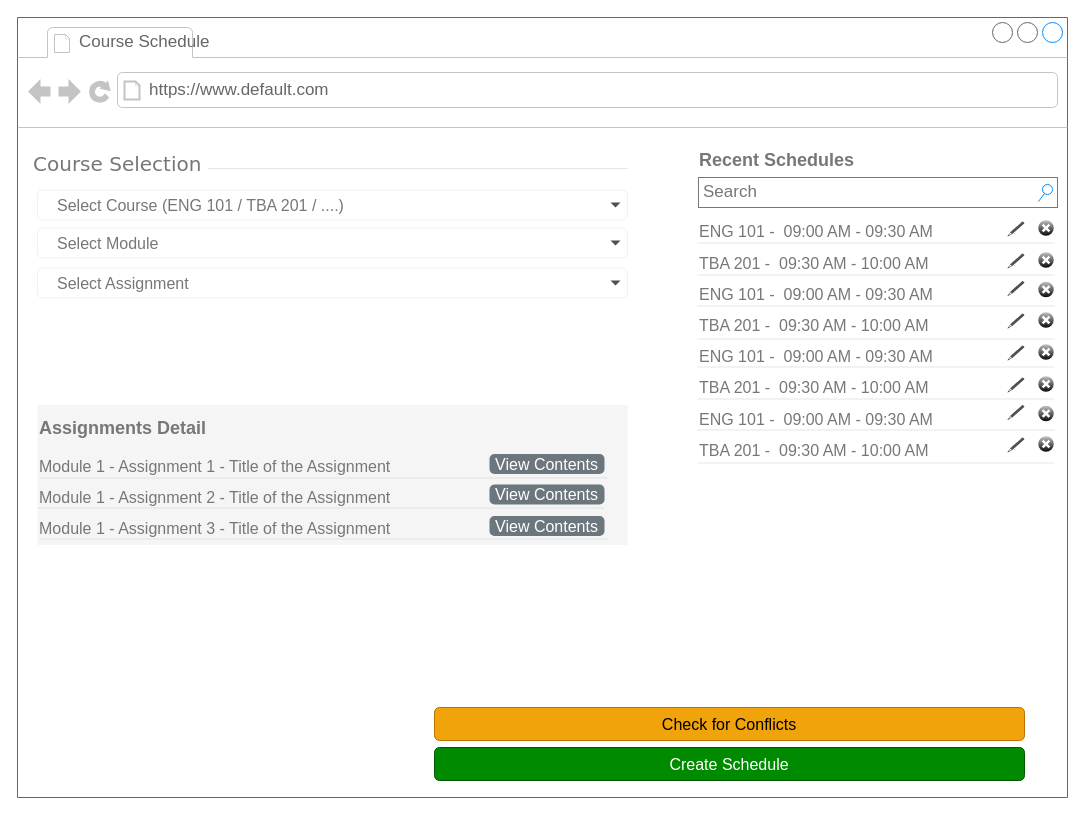
This is page "Content Delivery and Interaction" (7 of 7) of 02 - LMS-SysCollege/04 - UI_Designs/WireFrame.drawio from ZohaibWaqarMalik/Technical-Business-Analyst-Projects, a draw.io file, before an edit. Source tidied: cells renumbered, new cells numbered last; positions are measured from the earlier drawing's top-left corner, leaving out a move shared by most shapes. Both pictures are drawn from the tidied source at 100%, with x=0, y=0 at pixel (17, 17).
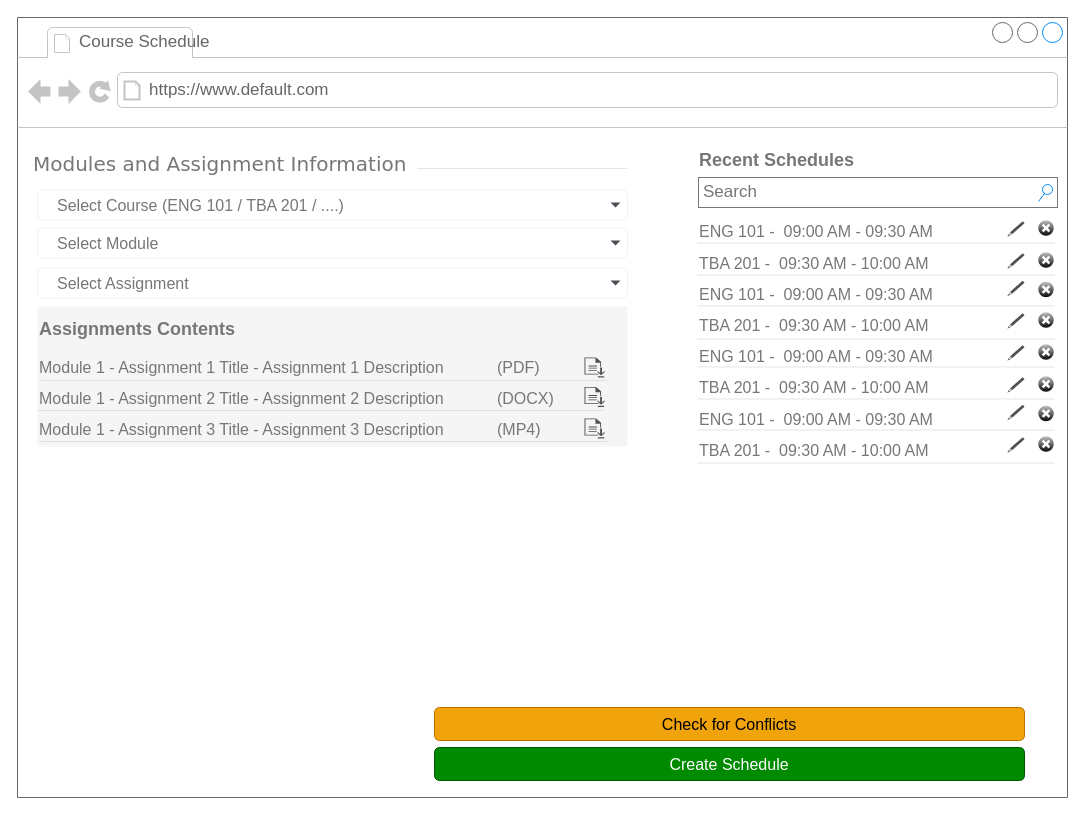
The same diagram, later.

Commit message (it also covers changes not shown here):
Update Wireframe Content Delivery and Interaction

The change refers to these unchanged cells:
```xml
<mxCell id="2" style="strokeWidth=1;shadow=0;dashed=0;align=center;html=1;shape=mxgraph.mockup.containers.browserWindow;rSize=0;strokeColor=#666666;mainText=,;rounded=0;labelBackgroundColor=none;fontFamily=Verdana;fontSize=12;" parent="1" vertex="1">
  <mxGeometry width="1050" height="780" as="geometry" />
</mxCell>
```

What changed in the source:
```diff
@@
-    <mxCell id="5" value="&lt;font style=&quot;font-size: 20px;&quot;&gt;Course Selection&lt;/font&gt;" style="text;html=1;align=left;verticalAlign=middle;spacingTop=-4;fontSize=30;fontFamily=Verdana;fontColor=#777777;" parent="2" vertex="1">
+    <mxCell id="5" value="&lt;font style=&quot;font-size: 20px;&quot;&gt;Modules and Assignment Information&lt;/font&gt;" style="text;html=1;align=left;verticalAlign=middle;spacingTop=-4;fontSize=30;fontFamily=Verdana;fontColor=#777777;" parent="2" vertex="1">
       <mxGeometry x="13.5" y="130" width="206.5" height="30" as="geometry" />
     </mxCell>
     <mxCell id="6" style="dashed=0;shape=line;strokeWidth=1;noLabel=1;strokeColor=#cccccc;opacity=50;fontSize=14;" parent="2" vertex="1">
-      <mxGeometry x="190" y="146" width="420" height="10" as="geometry" />
+      <mxGeometry x="400" y="146" width="210" height="10" as="geometry" />
     </mxCell>
@@
-    <mxCell id="37" value="&lt;h1 style=&quot;margin-top: 0px;&quot;&gt;&lt;font style=&quot;font-size: 18px; color: rgb(119, 119, 119);&quot;&gt;Assignments Detail&lt;/font&gt;&lt;/h1&gt;&lt;p&gt;&lt;font style=&quot;font-size: 16px; color: rgb(119, 119, 119);&quot;&gt;&lt;span style=&quot;background-color: transparent;&quot;&gt;Module 1 - Assignment 1 - Title of the Assignment&lt;/span&gt;&lt;/font&gt;&lt;/p&gt;&lt;p&gt;&lt;span style=&quot;color: rgb(119, 119, 119); font-size: 16px;&quot;&gt;Module 1 - Assignment 2 - Title of the Assignment&lt;/span&gt;&lt;/p&gt;&lt;p&gt;&lt;span style=&quot;color: rgb(119, 119, 119); font-size: 16px;&quot;&gt;Module 1 - Assignment 3 - Title of the Assignment&lt;/span&gt;&lt;/p&gt;" style="text;html=1;whiteSpace=wrap;overflow=hidden;rounded=0;fillColor=#f5f5f5;strokeColor=none;fontColor=#333333;" parent="2" vertex="1">
-      <mxGeometry x="20" y="387.5" width="590" height="140" as="geometry" />
+    <mxCell id="37" value="&lt;h1 style=&quot;margin-top: 0px;&quot;&gt;&lt;font style=&quot;font-size: 18px; color: rgb(119, 119, 119);&quot;&gt;Assignments Contents&lt;/font&gt;&lt;/h1&gt;&lt;p&gt;&lt;span style=&quot;color: rgb(119, 119, 119); font-size: 16px;&quot;&gt;Module 1 - Assignment 1 Title - Assignment 1 Description&amp;nbsp; &amp;nbsp; &amp;nbsp; &amp;nbsp; &amp;nbsp; &amp;nbsp; (PDF)&amp;nbsp; &amp;nbsp; &amp;nbsp; &amp;nbsp;&lt;/span&gt;&lt;/p&gt;&lt;p&gt;&lt;span style=&quot;color: rgb(119, 119, 119); font-size: 16px;&quot;&gt;Module 1 - Assignment 2 Title - Assignment 2 Description&amp;nbsp; &amp;nbsp; &amp;nbsp; &amp;nbsp; &amp;nbsp; &amp;nbsp; (DOCX)&amp;nbsp; &amp;nbsp; &amp;nbsp; &amp;nbsp;&lt;/span&gt;&lt;/p&gt;&lt;p&gt;&lt;span style=&quot;color: rgb(119, 119, 119); font-size: 16px;&quot;&gt;Module 1 - Assignment 3 Title - Assignment 3 Description&amp;nbsp; &amp;nbsp; &amp;nbsp; &amp;nbsp; &amp;nbsp; &amp;nbsp; (MP4)&amp;nbsp; &amp;nbsp; &amp;nbsp; &amp;nbsp;&lt;/span&gt;&lt;/p&gt;" style="text;html=1;whiteSpace=wrap;overflow=hidden;rounded=0;fillColor=#f5f5f5;strokeColor=none;fontColor=#333333;" parent="2" vertex="1">
+      <mxGeometry x="20" y="289" width="590" height="140" as="geometry" />
     </mxCell>
@@
     <mxCell id="40" style="dashed=0;shape=line;strokeWidth=1;noLabel=1;strokeColor=#cccccc;opacity=50;fontSize=14;" parent="2" vertex="1">
-      <mxGeometry x="23" y="460" width="567" height="1" as="geometry" />
+      <mxGeometry x="23" y="362.5" width="567" height="1" as="geometry" />
     </mxCell>
     <mxCell id="41" style="dashed=0;shape=line;strokeWidth=1;noLabel=1;strokeColor=#cccccc;opacity=50;fontSize=14;" parent="2" vertex="1">
-      <mxGeometry x="20" y="490" width="567" height="1" as="geometry" />
+      <mxGeometry x="20" y="392.5" width="567" height="1" as="geometry" />
     </mxCell>
     <mxCell id="42" style="dashed=0;shape=line;strokeWidth=1;noLabel=1;strokeColor=#cccccc;opacity=50;fontSize=14;" parent="2" vertex="1">
-      <mxGeometry x="23" y="521" width="567" height="1" as="geometry" />
+      <mxGeometry x="23" y="423.5" width="567" height="1" as="geometry" />
     </mxCell>
-    <mxCell id="43" value="View Contents" style="html=1;shadow=0;dashed=0;shape=mxgraph.bootstrap.rrect;rSize=5;strokeColor=none;strokeWidth=1;fillColor=#6C767D;fontColor=#FFFFFF;whiteSpace=wrap;align=center;verticalAlign=middle;spacingLeft=0;fontStyle=0;fontSize=16;spacing=5;" parent="2" vertex="1">
-      <mxGeometry x="472" y="436.5" width="115" height="20" as="geometry" />
-    </mxCell>
-    <mxCell id="44" value="View Contents" style="html=1;shadow=0;dashed=0;shape=mxgraph.bootstrap.rrect;rSize=5;strokeColor=none;strokeWidth=1;fillColor=#6C767D;fontColor=#FFFFFF;whiteSpace=wrap;align=center;verticalAlign=middle;spacingLeft=0;fontStyle=0;fontSize=16;spacing=5;" parent="2" vertex="1">
-      <mxGeometry x="472" y="467" width="115" height="20" as="geometry" />
-    </mxCell>
-    <mxCell id="45" value="View Contents" style="html=1;shadow=0;dashed=0;shape=mxgraph.bootstrap.rrect;rSize=5;strokeColor=none;strokeWidth=1;fillColor=#6C767D;fontColor=#FFFFFF;whiteSpace=wrap;align=center;verticalAlign=middle;spacingLeft=0;fontStyle=0;fontSize=16;spacing=5;" parent="2" vertex="1">
-      <mxGeometry x="472" y="498.5" width="115" height="20" as="geometry" />
-    </mxCell>
@@
+    <mxCell id="48" style="sketch=0;shadow=0;dashed=0;html=1;strokeColor=none;fillColor=#505050;labelPosition=center;verticalLabelPosition=bottom;verticalAlign=top;align=center;shape=mxgraph.office.concepts.download;" parent="2" vertex="1">
+      <mxGeometry x="567" y="340" width="20" height="20" as="geometry" />
+    </mxCell>
+    <mxCell id="49" style="sketch=0;shadow=0;dashed=0;html=1;strokeColor=none;fillColor=#505050;labelPosition=center;verticalLabelPosition=bottom;verticalAlign=top;align=center;shape=mxgraph.office.concepts.download;" parent="2" vertex="1">
+      <mxGeometry x="567" y="369.5" width="20" height="20" as="geometry" />
+    </mxCell>
+    <mxCell id="50" style="sketch=0;shadow=0;dashed=0;html=1;strokeColor=none;fillColor=#505050;labelPosition=center;verticalLabelPosition=bottom;verticalAlign=top;align=center;shape=mxgraph.office.concepts.download;" parent="2" vertex="1">
+      <mxGeometry x="567" y="401" width="20" height="20" as="geometry" />
+    </mxCell>
```
